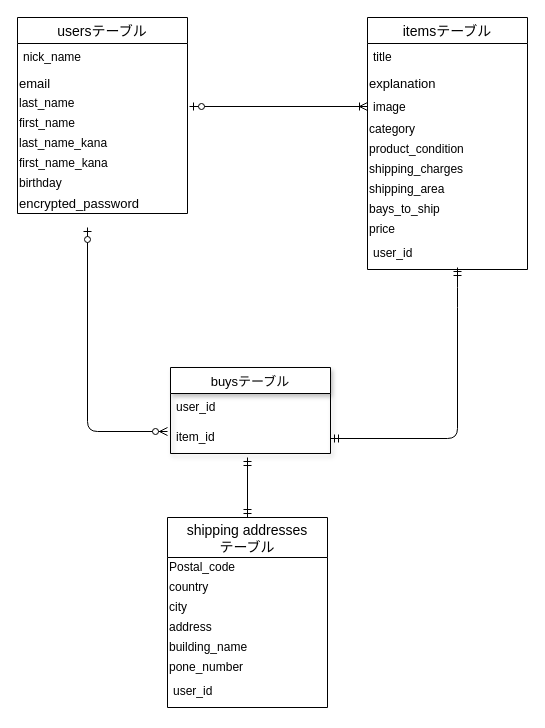
Above: furima.dio in nori35/furima-36164 (draw.io), before the change. Source tidied: cells renumbered, new cells numbered last; positions are measured from the earlier drawing's top-left corner, leaving out a move shared by most shapes. Both pictures are drawn from the tidied source at 100%, with x=0, y=0 at pixel (17, 17).
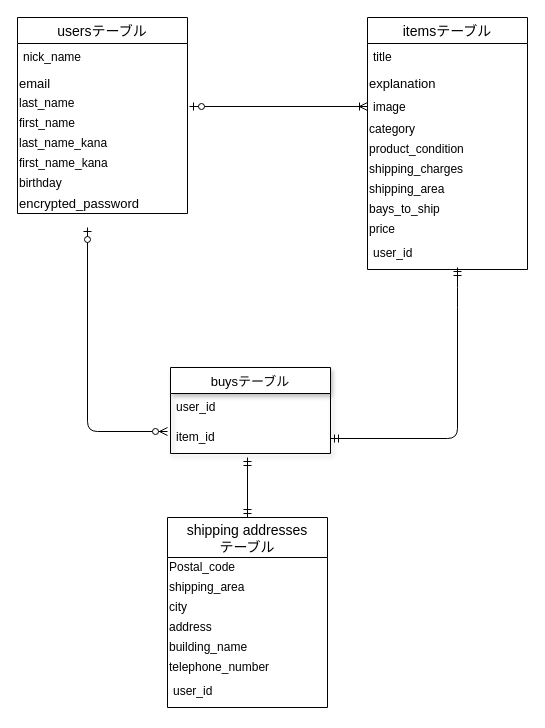
Above is the later version.

Commit message:
データベース修正

Unchanged cells that the change refers to:
```xml
<mxCell id="26" value="shipping addresses&#10;テーブル" style="swimlane;fontStyle=0;horizontal=1;startSize=40;align=center;fontSize=14;rotation=0;direction=east;" parent="1" vertex="1">
  <mxGeometry x="150" y="500" width="160" height="190" as="geometry" />
</mxCell>
```

What changed in the source:
```diff
@@
-    <mxCell id="28" value="country" style="text;html=1;align=left;verticalAlign=middle;fillColor=none;strokeColor=none;rounded=0;" parent="26" vertex="1">
+    <mxCell id="28" value="shipping_area" style="text;html=1;align=left;verticalAlign=middle;fillColor=none;strokeColor=none;rounded=0;" parent="26" vertex="1">
       <mxGeometry y="60" width="160" height="20" as="geometry" />
     </mxCell>
@@
-    <mxCell id="32" value="pone_number" style="text;html=1;align=left;verticalAlign=middle;fillColor=none;strokeColor=none;rounded=0;" parent="26" vertex="1">
+    <mxCell id="32" value="telephone_number" style="text;html=1;align=left;verticalAlign=middle;fillColor=none;strokeColor=none;rounded=0;" parent="26" vertex="1">
       <mxGeometry y="140" width="160" height="20" as="geometry" />
     </mxCell>
```
